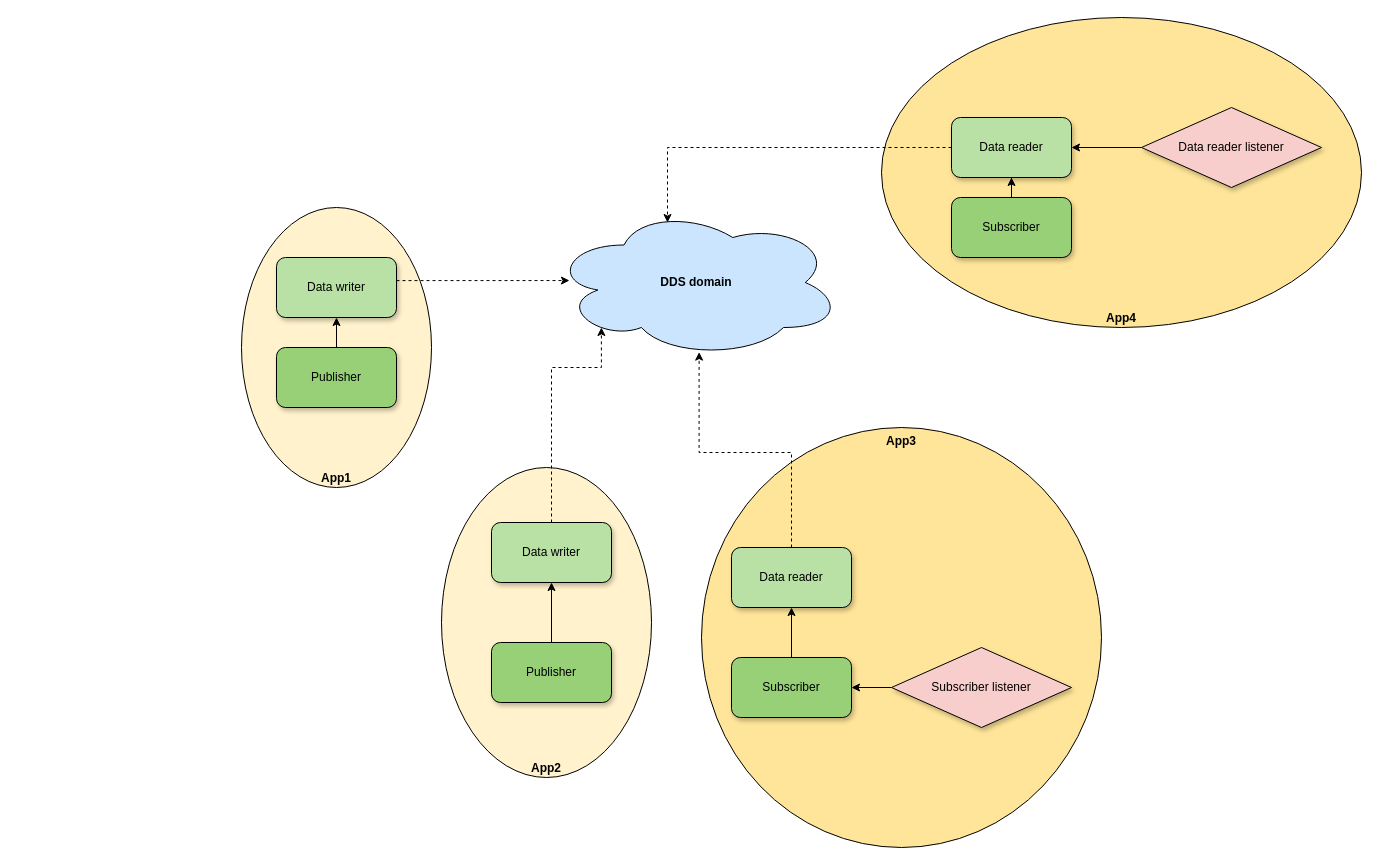
maosltr/IoT-basic-examples keeps this draw.io diagram as application/sw-architecture.drawio. Above is the earlier version. Source tidied: cells renumbered, new cells numbered last; positions are measured from the earlier drawing's top-left corner, leaving out a move shared by most shapes. Both pictures are drawn from the tidied source at 100%, with x=0, y=0 at pixel (241, 17).
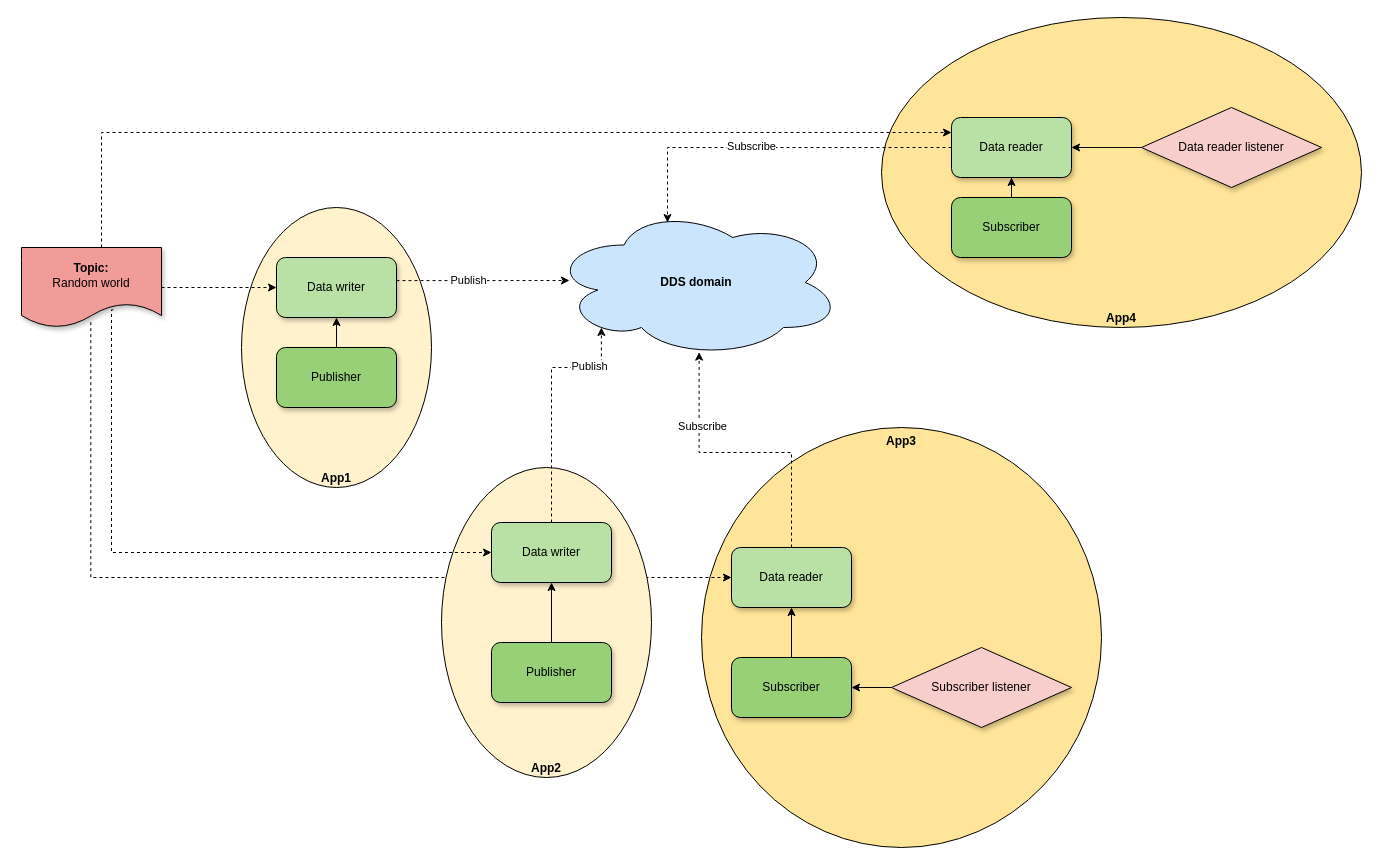
Above is the later version.

The change refers to these unchanged cells:
```xml
<mxCell id="11" style="edgeStyle=orthogonalEdgeStyle;rounded=0;jettySize=auto;html=1;exitX=0;exitY=0.5;exitDx=0;exitDy=0;entryX=0.4;entryY=0.1;entryDx=0;entryDy=0;entryPerimeter=0;dashed=1;fontColor=none;" parent="1" edge="1" source="12" target="2">
  <mxGeometry relative="1" as="geometry" />
</mxCell>
<mxCell id="12" value="Data reader" style="rounded=1;whiteSpace=wrap;html=1;fillColor=#B9E0A5;shadow=1;" parent="1" vertex="1">
  <mxGeometry x="710" y="100" width="120" height="60" as="geometry" />
</mxCell>
<mxCell id="21" style="edgeStyle=orthogonalEdgeStyle;rounded=0;jettySize=auto;html=1;dashed=1;fontColor=none;entryX=0.509;entryY=0.964;entryDx=0;entryDy=0;entryPerimeter=0;" parent="1" edge="1" source="22" target="2">
  <mxGeometry relative="1" as="geometry" />
</mxCell>
<mxCell id="22" value="Data reader" style="rounded=1;whiteSpace=wrap;html=1;fillColor=#B9E0A5;shadow=1;" parent="1" vertex="1">
  <mxGeometry x="490" y="530" width="120" height="60" as="geometry" />
</mxCell>
<mxCell id="23" style="edgeStyle=orthogonalEdgeStyle;rounded=0;jettySize=auto;html=1;entryX=0.172;entryY=0.8;entryDx=0;entryDy=0;entryPerimeter=0;dashed=1;fontColor=none;" parent="1" edge="1" source="24" target="2">
  <mxGeometry relative="1" as="geometry">
    <Array as="points">
      <mxPoint x="310" y="350" />
      <mxPoint x="360" y="350" />
    </Array>
  </mxGeometry>
</mxCell>
<mxCell id="24" value="Data writer" style="rounded=1;whiteSpace=wrap;html=1;fillColor=#B9E0A5;shadow=1;" parent="1" vertex="1">
  <mxGeometry x="250" y="505" width="120" height="60" as="geometry" />
</mxCell>
<mxCell id="25" style="edgeStyle=orthogonalEdgeStyle;rounded=0;jettySize=auto;html=1;entryX=0.062;entryY=0.487;entryDx=0;entryDy=0;entryPerimeter=0;fontColor=none;noLabel=1;dashed=1;" parent="1" edge="1" source="26" target="2">
  <mxGeometry relative="1" as="geometry">
    <Array as="points">
      <mxPoint x="230" y="263" />
    </Array>
  </mxGeometry>
</mxCell>
<mxCell id="26" value="Data writer" style="rounded=1;whiteSpace=wrap;html=1;fillColor=#B9E0A5;shadow=1;" parent="1" vertex="1">
  <mxGeometry x="35" y="240" width="120" height="60" as="geometry" />
</mxCell>
```

What changed in the source:
```diff
@@
+    <mxCell id="5" value="&lt;b&gt;App3&lt;/b&gt;" style="ellipse;whiteSpace=wrap;html=1;verticalAlign=top;fillColor=#FFE599;" parent="1" vertex="1">
+      <mxGeometry x="460" y="410" width="400" height="420" as="geometry" />
+    </mxCell>
+    <mxCell id="27" style="edgeStyle=orthogonalEdgeStyle;rounded=0;jettySize=auto;html=1;entryX=0;entryY=0.5;entryDx=0;entryDy=0;dashed=1;fontColor=none;exitX=0.495;exitY=0.933;exitDx=0;exitDy=0;exitPerimeter=0;" parent="1" edge="1" source="35" target="22">
+      <mxGeometry relative="1" as="geometry">
+        <Array as="points">
+          <mxPoint x="-151" y="560" />
+        </Array>
+      </mxGeometry>
+    </mxCell>
@@
-    <mxCell id="5" value="&lt;b&gt;App3&lt;/b&gt;" style="ellipse;whiteSpace=wrap;html=1;verticalAlign=top;fillColor=#FFE599;" parent="1" vertex="1">
-      <mxGeometry x="460" y="410" width="400" height="420" as="geometry" />
-    </mxCell>
@@
+    <mxCell id="28" value="Subscribe" style="edgeLabel;html=1;align=center;verticalAlign=middle;fontColor=none;" parent="11" vertex="1">
+      <mxGeometry x="0.12" y="-2" relative="1" as="geometry" />
+    </mxCell>
@@
+    <mxCell id="29" value="Subscribe" style="edgeLabel;html=1;align=center;verticalAlign=middle;fontColor=none;" parent="21" vertex="1">
+      <mxGeometry x="0.48" y="-3" relative="1" as="geometry">
+        <mxPoint y="-1" as="offset" />
+      </mxGeometry>
+    </mxCell>
@@
+    <mxCell id="30" value="Publish" style="edgeLabel;html=1;align=center;verticalAlign=middle;fontColor=none;" parent="23" vertex="1">
+      <mxGeometry x="0.57" y="2" relative="1" as="geometry" />
+    </mxCell>
@@
+    <mxCell id="31" value="Publish" style="edgeLabel;html=1;align=center;verticalAlign=middle;fontColor=none;" parent="25" vertex="1">
+      <mxGeometry x="-0.18" y="1" relative="1" as="geometry" />
+    </mxCell>
@@
+    <mxCell id="32" style="edgeStyle=orthogonalEdgeStyle;rounded=0;jettySize=auto;html=1;dashed=1;fontColor=none;" parent="1" edge="1" source="35" target="26">
+      <mxGeometry relative="1" as="geometry" />
+    </mxCell>
+    <mxCell id="33" style="edgeStyle=orthogonalEdgeStyle;rounded=0;jettySize=auto;html=1;entryX=0;entryY=0.5;entryDx=0;entryDy=0;dashed=1;fontColor=none;exitX=0.656;exitY=0.779;exitDx=0;exitDy=0;exitPerimeter=0;" parent="1" edge="1" source="35" target="24">
+      <mxGeometry relative="1" as="geometry">
+        <Array as="points">
+          <mxPoint x="-130" y="292" />
+          <mxPoint x="-130" y="535" />
+        </Array>
+      </mxGeometry>
+    </mxCell>
+    <mxCell id="34" style="edgeStyle=orthogonalEdgeStyle;rounded=0;jettySize=auto;html=1;entryX=0;entryY=0.25;entryDx=0;entryDy=0;dashed=1;fontColor=none;" parent="1" edge="1" source="35" target="12">
+      <mxGeometry relative="1" as="geometry">
+        <Array as="points">
+          <mxPoint x="-140" y="115" />
+        </Array>
+      </mxGeometry>
+    </mxCell>
+    <mxCell id="35" value="&lt;b&gt;Topic: &lt;/b&gt;&lt;br&gt;Random world" style="shape=document;whiteSpace=wrap;html=1;boundedLbl=1;shadow=1;strokeColor=#000000;fontColor=none;fillColor=#F19C99;" parent="1" vertex="1">
+      <mxGeometry x="-220" y="230" width="140" height="80" as="geometry" />
+    </mxCell>
```
